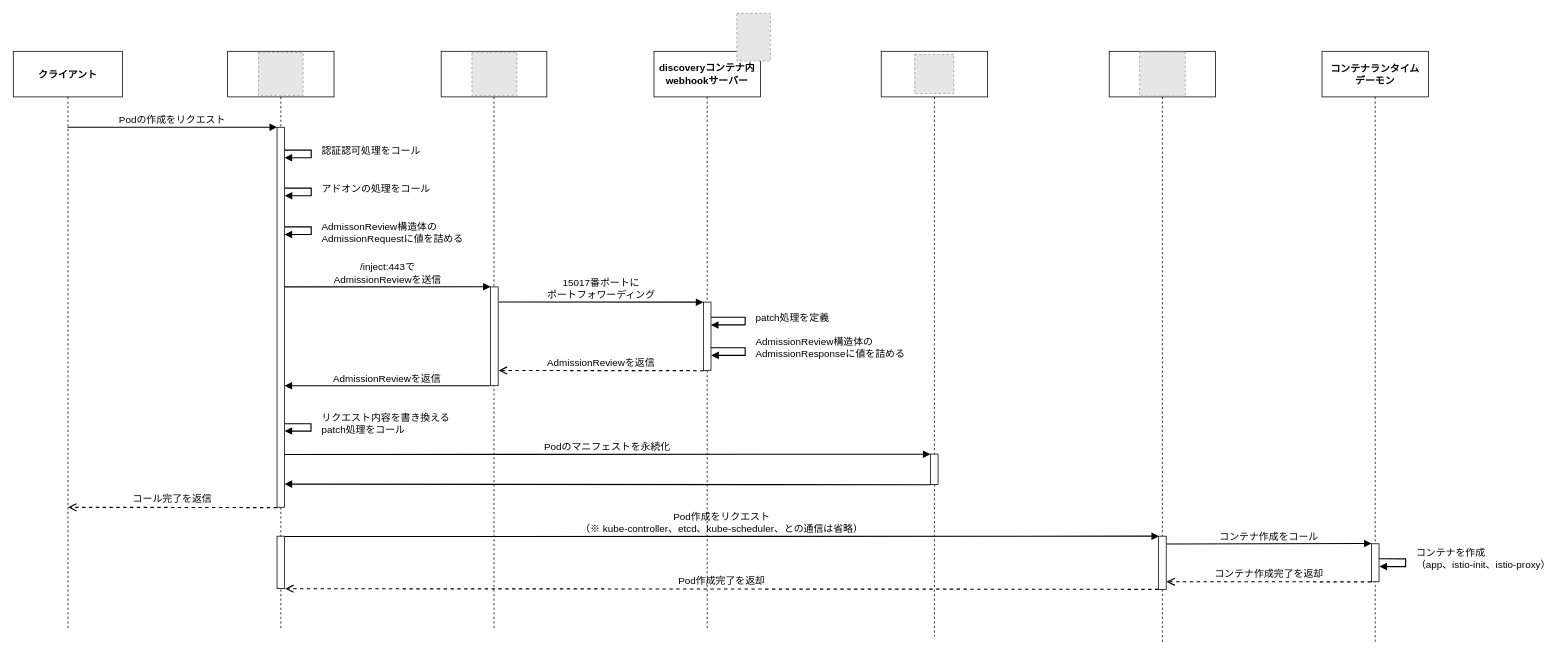
Above: page "istio_container-injection_flow" (4 of 4) of images/drawio/istio/service-mesh_layer.drawio in hiroki-it/tech-notebook_old (draw.io), before the change. Source tidied: cells renumbered, new cells numbered last; positions are measured from the earlier drawing's top-left corner, leaving out a move shared by most shapes. Both pictures are drawn from the tidied source at 76%, with x=0, y=0 at pixel (13, 13). Pictures stored in the file or linked from it are replaced by grey dashed boxes.
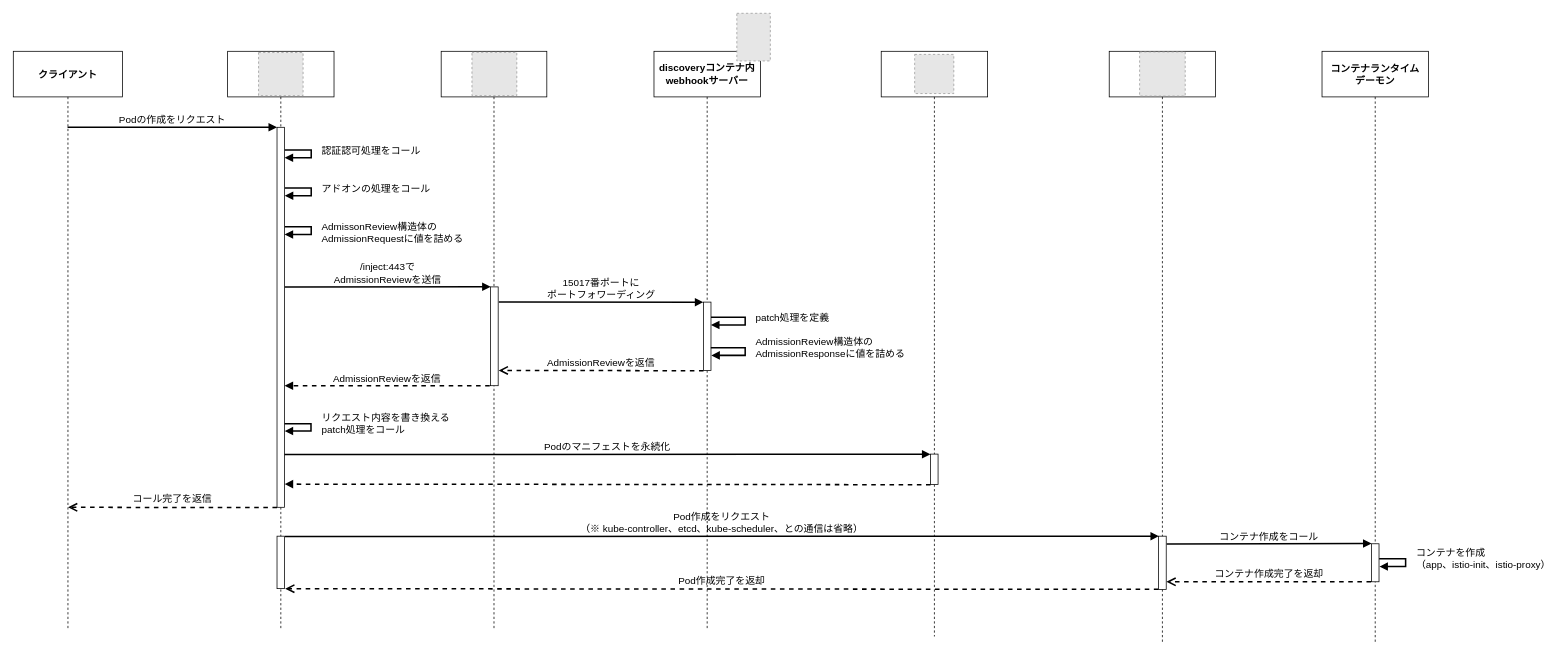
The same diagram, later.

Commit message (it also covers changes not shown here):
add 新しく画像を引用した．

The change refers to these unchanged cells:
```xml
<mxCell id="3" value="クライアント" style="shape=umlLifeline;perimeter=lifelinePerimeter;rounded=0;shadow=0;strokeWidth=1;labelBackgroundColor=none;fontSize=13;size=60;fillColor=none;fontStyle=1;" parent="1" vertex="1">
  <mxGeometry y="50" width="143.8" height="760" as="geometry" />
</mxCell>
<mxCell id="16" style="points=[];perimeter=orthogonalPerimeter;rounded=0;shadow=0;strokeWidth=1;labelBackgroundColor=none;fontSize=13;" parent="1" vertex="1">
  <mxGeometry x="347" y="150" width="10" height="500" as="geometry" />
</mxCell>
<mxCell id="20" style="html=1;points=[];perimeter=orthogonalPerimeter;labelBackgroundColor=none;fontSize=13;" parent="1" vertex="1">
  <mxGeometry x="347" y="688" width="10" height="69" as="geometry" />
</mxCell>
<mxCell id="23" style="points=[];perimeter=orthogonalPerimeter;rounded=0;shadow=0;strokeWidth=1;labelBackgroundColor=none;fontSize=13;" parent="1" vertex="1">
  <mxGeometry x="628" y="360" width="10" height="130" as="geometry" />
</mxCell>
<mxCell id="24" style="points=[];perimeter=orthogonalPerimeter;rounded=0;shadow=0;strokeWidth=1;labelBackgroundColor=none;fontSize=13;" parent="1" vertex="1">
  <mxGeometry x="908" y="380" width="10" height="90" as="geometry" />
</mxCell>
<mxCell id="28" style="points=[];perimeter=orthogonalPerimeter;rounded=0;shadow=0;strokeWidth=1;labelBackgroundColor=none;fontSize=13;" parent="1" vertex="1">
  <mxGeometry x="1507" y="688" width="10" height="70" as="geometry" />
</mxCell>
<mxCell id="29" style="points=[];perimeter=orthogonalPerimeter;rounded=0;shadow=0;strokeWidth=1;labelBackgroundColor=none;fontSize=13;" parent="1" vertex="1">
  <mxGeometry x="1787" y="698" width="10" height="50" as="geometry" />
</mxCell>
<mxCell id="38" style="points=[];perimeter=orthogonalPerimeter;rounded=0;shadow=0;strokeWidth=1;labelBackgroundColor=none;fontSize=13;" parent="1" vertex="1">
  <mxGeometry x="1206.8" y="580" width="10" height="40" as="geometry" />
</mxCell>
```

The edit, as a diff of the source:
```diff
@@
-    <mxCell id="5" value="Podの作成をリクエスト" style="verticalAlign=bottom;endArrow=block;entryX=0;entryY=0;shadow=0;strokeWidth=1.5;labelBackgroundColor=none;fontColor=default;fontSize=13;" parent="1" edge="1" source="3" target="16">
+    <mxCell id="5" value="Podの作成をリクエスト" style="verticalAlign=bottom;endArrow=block;entryX=0;entryY=0;shadow=0;strokeWidth=2;labelBackgroundColor=none;fontColor=default;fontSize=13;" parent="1" edge="1" source="3" target="16">
       <mxGeometry relative="1" as="geometry" />
     </mxCell>
-    <mxCell id="6" value="コール完了を返信" style="html=1;verticalAlign=bottom;endArrow=open;dashed=1;endSize=8;rounded=0;exitX=0.032;exitY=1.001;exitDx=0;exitDy=0;exitPerimeter=0;labelBackgroundColor=none;fontColor=default;fontSize=13;strokeWidth=1.5;" parent="1" edge="1">
+    <mxCell id="6" value="コール完了を返信" style="html=1;verticalAlign=bottom;endArrow=open;dashed=1;endSize=8;rounded=0;exitX=0.032;exitY=1.001;exitDx=0;exitDy=0;exitPerimeter=0;labelBackgroundColor=none;fontColor=default;fontSize=13;strokeWidth=2;" parent="1" edge="1">
       <mxGeometry relative="1" as="geometry">
         <mxPoint x="347" y="650.4" as="sourcePoint" />
         <mxPoint x="72" y="650" as="targetPoint" />
       </mxGeometry>
     </mxCell>
-    <mxCell id="7" value="/inject:443で&#10;AdmissionReviewを送信" style="verticalAlign=bottom;endArrow=block;entryX=0.011;entryY=-0.002;shadow=0;strokeWidth=1.5;entryDx=0;entryDy=0;entryPerimeter=0;exitX=0.975;exitY=0.56;exitDx=0;exitDy=0;exitPerimeter=0;labelBackgroundColor=none;fontColor=default;fontSize=13;" parent="1" edge="1" target="23">
+    <mxCell id="7" value="/inject:443で&#10;AdmissionReviewを送信" style="verticalAlign=bottom;endArrow=block;entryX=0.011;entryY=-0.002;shadow=0;strokeWidth=2;entryDx=0;entryDy=0;entryPerimeter=0;exitX=0.975;exitY=0.56;exitDx=0;exitDy=0;exitPerimeter=0;labelBackgroundColor=none;fontColor=default;fontSize=13;" parent="1" edge="1" target="23">
       <mxGeometry relative="1" as="geometry">
         <mxPoint x="356.8" y="360" as="sourcePoint" />
       </mxGeometry>
     </mxCell>
@@
-    <mxCell id="9" value="Pod作成をリクエスト&#10;（※ kube-controller、etcd、kube-scheduler、との通信は省略）" style="verticalAlign=bottom;endArrow=block;shadow=0;strokeWidth=1.5;entryX=0.049;entryY=0;entryDx=0;entryDy=0;entryPerimeter=0;exitX=1.041;exitY=0.007;exitDx=0;exitDy=0;exitPerimeter=0;labelBackgroundColor=none;fontColor=default;fontSize=13;" parent="1" edge="1" source="20" target="28">
+    <mxCell id="9" value="Pod作成をリクエスト&#10;（※ kube-controller、etcd、kube-scheduler、との通信は省略）" style="verticalAlign=bottom;endArrow=block;shadow=0;strokeWidth=2;entryX=0.049;entryY=0;entryDx=0;entryDy=0;entryPerimeter=0;exitX=1.041;exitY=0.007;exitDx=0;exitDy=0;exitPerimeter=0;labelBackgroundColor=none;fontColor=default;fontSize=13;" parent="1" edge="1" source="20" target="28">
       <mxGeometry relative="1" as="geometry" />
     </mxCell>
-    <mxCell id="10" value="Pod作成完了を返却" style="html=1;verticalAlign=bottom;endArrow=open;dashed=1;endSize=8;rounded=0;exitX=-0.028;exitY=0.999;exitDx=0;exitDy=0;exitPerimeter=0;entryX=1.071;entryY=1.002;entryDx=0;entryDy=0;entryPerimeter=0;labelBackgroundColor=none;fontColor=default;fontSize=13;strokeWidth=1.5;" parent="1" edge="1" source="28" target="20">
+    <mxCell id="10" value="Pod作成完了を返却" style="html=1;verticalAlign=bottom;endArrow=open;dashed=1;endSize=8;rounded=0;exitX=-0.028;exitY=0.999;exitDx=0;exitDy=0;exitPerimeter=0;entryX=1.071;entryY=1.002;entryDx=0;entryDy=0;entryPerimeter=0;labelBackgroundColor=none;fontColor=default;fontSize=13;strokeWidth=2;" parent="1" edge="1" source="28" target="20">
       <mxGeometry relative="1" as="geometry" />
     </mxCell>
@@
-    <mxCell id="12" value="コンテナ作成をコール" style="verticalAlign=bottom;endArrow=block;shadow=0;strokeWidth=1.5;entryX=0.015;entryY=-0.007;entryDx=0;entryDy=0;entryPerimeter=0;exitX=1.042;exitY=0.147;exitDx=0;exitDy=0;exitPerimeter=0;labelBackgroundColor=none;fontColor=default;fontSize=13;" parent="1" edge="1" source="28" target="29">
+    <mxCell id="12" value="コンテナ作成をコール" style="verticalAlign=bottom;endArrow=block;shadow=0;strokeWidth=2;entryX=0.015;entryY=-0.007;entryDx=0;entryDy=0;entryPerimeter=0;exitX=1.042;exitY=0.147;exitDx=0;exitDy=0;exitPerimeter=0;labelBackgroundColor=none;fontColor=default;fontSize=13;" parent="1" edge="1" source="28" target="29">
       <mxGeometry relative="1" as="geometry" />
     </mxCell>
-    <mxCell id="13" value="コンテナ作成完了を返却" style="html=1;verticalAlign=bottom;endArrow=open;dashed=1;endSize=8;rounded=0;exitX=-0.049;exitY=1.001;exitDx=0;exitDy=0;exitPerimeter=0;entryX=1.024;entryY=0.857;entryDx=0;entryDy=0;entryPerimeter=0;labelBackgroundColor=none;fontColor=default;fontSize=13;strokeWidth=1.5;" parent="1" edge="1" source="29" target="28">
+    <mxCell id="13" value="コンテナ作成完了を返却" style="html=1;verticalAlign=bottom;endArrow=open;dashed=1;endSize=8;rounded=0;exitX=-0.049;exitY=1.001;exitDx=0;exitDy=0;exitPerimeter=0;entryX=1.024;entryY=0.857;entryDx=0;entryDy=0;entryPerimeter=0;labelBackgroundColor=none;fontColor=default;fontSize=13;strokeWidth=2;" parent="1" edge="1" source="29" target="28">
       <mxGeometry relative="1" as="geometry" />
     </mxCell>
@@
-    <mxCell id="15" value="AdmissionReviewを返信" style="html=1;verticalAlign=bottom;endArrow=open;dashed=1;endSize=8;rounded=0;exitX=0.02;exitY=1.003;exitDx=0;exitDy=0;exitPerimeter=0;entryX=1.064;entryY=0.846;entryDx=0;entryDy=0;entryPerimeter=0;labelBackgroundColor=none;fontColor=default;fontSize=13;strokeWidth=1.5;" parent="1" edge="1" source="24" target="23">
+    <mxCell id="15" value="AdmissionReviewを返信" style="html=1;verticalAlign=bottom;endArrow=open;dashed=1;endSize=8;rounded=0;exitX=0.02;exitY=1.003;exitDx=0;exitDy=0;exitPerimeter=0;entryX=1.064;entryY=0.846;entryDx=0;entryDy=0;entryPerimeter=0;labelBackgroundColor=none;fontColor=default;fontSize=13;strokeWidth=2;" parent="1" edge="1" source="24" target="23">
       <mxGeometry relative="1" as="geometry" />
     </mxCell>
@@
-    <mxCell id="17" value="認証認可処理をコール" style="edgeStyle=orthogonalEdgeStyle;html=1;align=left;spacingLeft=2;endArrow=block;rounded=0;exitX=1.013;exitY=0.06;exitDx=0;exitDy=0;exitPerimeter=0;labelBackgroundColor=none;fontColor=default;fontSize=13;strokeWidth=1.5;" parent="1" edge="1" source="16">
+    <mxCell id="17" value="認証認可処理をコール" style="edgeStyle=orthogonalEdgeStyle;html=1;align=left;spacingLeft=2;endArrow=block;rounded=0;exitX=1.013;exitY=0.06;exitDx=0;exitDy=0;exitPerimeter=0;labelBackgroundColor=none;fontColor=default;fontSize=13;strokeWidth=2;" parent="1" edge="1" source="16">
       <mxGeometry x="-0.13" y="10" relative="1" as="geometry">
         <mxPoint x="357" y="190" as="targetPoint" />
         <Array as="points">
           <mxPoint x="392" y="180" />
           <mxPoint x="392" y="190" />
         </Array>
       </mxGeometry>
     </mxCell>
-    <mxCell id="18" value="アドオンの処理をコール" style="edgeStyle=orthogonalEdgeStyle;html=1;align=left;spacingLeft=2;endArrow=block;rounded=0;entryX=1.021;entryY=0.24;entryDx=0;entryDy=0;entryPerimeter=0;labelBackgroundColor=none;fontColor=default;exitX=1.036;exitY=0.22;exitDx=0;exitDy=0;exitPerimeter=0;fontSize=13;strokeWidth=1.5;" parent="1" edge="1">
+    <mxCell id="18" value="アドオンの処理をコール" style="edgeStyle=orthogonalEdgeStyle;html=1;align=left;spacingLeft=2;endArrow=block;rounded=0;entryX=1.021;entryY=0.24;entryDx=0;entryDy=0;entryPerimeter=0;labelBackgroundColor=none;fontColor=default;exitX=1.036;exitY=0.22;exitDx=0;exitDy=0;exitPerimeter=0;fontSize=13;strokeWidth=2;" parent="1" edge="1">
       <mxGeometry x="-0.13" y="10" relative="1" as="geometry">
         <mxPoint x="357.4" y="230" as="sourcePoint" />
         <mxPoint x="357.2" y="240" as="targetPoint" />
         <Array as="points">
           <mxPoint x="392" y="230" />
           <mxPoint x="392" y="240" />
         </Array>
       </mxGeometry>
     </mxCell>
-    <mxCell id="19" value="リクエスト内容を書き換える&lt;br style=&quot;font-size: 13px;&quot;&gt;patch処理をコール" style="edgeStyle=orthogonalEdgeStyle;html=1;align=left;spacingLeft=2;endArrow=block;rounded=0;exitX=1.029;exitY=0.913;exitDx=0;exitDy=0;exitPerimeter=0;labelBackgroundColor=none;fontColor=default;entryX=1.026;entryY=0.934;entryDx=0;entryDy=0;entryPerimeter=0;fontSize=13;strokeWidth=1.5;" parent="1" edge="1">
+    <mxCell id="19" value="リクエスト内容を書き換える&lt;br style=&quot;font-size: 13px;&quot;&gt;patch処理をコール" style="edgeStyle=orthogonalEdgeStyle;html=1;align=left;spacingLeft=2;endArrow=block;rounded=0;exitX=1.029;exitY=0.913;exitDx=0;exitDy=0;exitPerimeter=0;labelBackgroundColor=none;fontColor=default;entryX=1.026;entryY=0.934;entryDx=0;entryDy=0;entryPerimeter=0;fontSize=13;strokeWidth=2;" parent="1" edge="1">
       <mxGeometry x="-0.12" y="10" relative="1" as="geometry">
         <mxPoint x="357" y="540" as="sourcePoint" />
         <mxPoint x="357" y="549.7" as="targetPoint" />
         <Array as="points">
           <mxPoint x="391.7" y="540" />
           <mxPoint x="391.7" y="550" />
         </Array>
       </mxGeometry>
     </mxCell>
@@
-    <mxCell id="21" value="AdmissonReview構造体の&lt;br style=&quot;font-size: 13px;&quot;&gt;AdmissionRequestに値を詰める" style="edgeStyle=orthogonalEdgeStyle;html=1;align=left;spacingLeft=2;endArrow=block;rounded=0;labelBackgroundColor=none;fontColor=default;exitX=1.034;exitY=0.38;exitDx=0;exitDy=0;exitPerimeter=0;entryX=0.998;entryY=0.4;entryDx=0;entryDy=0;entryPerimeter=0;fontSize=13;strokeWidth=1.5;" parent="1" edge="1">
+    <mxCell id="21" value="AdmissonReview構造体の&lt;br style=&quot;font-size: 13px;&quot;&gt;AdmissionRequestに値を詰める" style="edgeStyle=orthogonalEdgeStyle;html=1;align=left;spacingLeft=2;endArrow=block;rounded=0;labelBackgroundColor=none;fontColor=default;exitX=1.034;exitY=0.38;exitDx=0;exitDy=0;exitPerimeter=0;entryX=0.998;entryY=0.4;entryDx=0;entryDy=0;entryPerimeter=0;fontSize=13;strokeWidth=2;" parent="1" edge="1">
       <mxGeometry x="0.07" y="10" relative="1" as="geometry">
         <mxPoint x="357.3" y="281" as="sourcePoint" />
         <mxPoint x="357" y="291" as="targetPoint" />
         <Array as="points">
           <mxPoint x="392" y="281" />
           <mxPoint x="392" y="291" />
         </Array>
       </mxGeometry>
     </mxCell>
-    <mxCell id="22" value="AdmissionReviewを返信" style="verticalAlign=bottom;endArrow=block;shadow=0;strokeWidth=1.5;exitX=-0.005;exitY=1;exitDx=0;exitDy=0;exitPerimeter=0;labelBackgroundColor=none;fontColor=default;fontSize=13;" parent="1" edge="1">
+    <mxCell id="22" value="AdmissionReviewを返信" style="verticalAlign=bottom;endArrow=block;shadow=0;strokeWidth=2;exitX=-0.005;exitY=1;exitDx=0;exitDy=0;exitPerimeter=0;labelBackgroundColor=none;fontColor=default;fontSize=13;dashed=1;" parent="1" edge="1">
       <mxGeometry relative="1" as="geometry">
         <mxPoint x="626.9" y="490" as="sourcePoint" />
         <mxPoint x="357" y="490" as="targetPoint" />
       </mxGeometry>
     </mxCell>
@@
-    <mxCell id="25" value="AdmissionReview構造体の&lt;br style=&quot;font-size: 13px;&quot;&gt;AdmissionResponseに値を詰める" style="edgeStyle=orthogonalEdgeStyle;html=1;align=left;spacingLeft=2;endArrow=block;rounded=0;entryX=1.048;entryY=0.779;entryDx=0;entryDy=0;entryPerimeter=0;exitX=0.981;exitY=0.668;exitDx=0;exitDy=0;exitPerimeter=0;labelBackgroundColor=none;fontColor=default;fontSize=13;strokeWidth=1.5;" parent="1" edge="1" source="24" target="24">
+    <mxCell id="25" value="AdmissionReview構造体の&lt;br style=&quot;font-size: 13px;&quot;&gt;AdmissionResponseに値を詰める" style="edgeStyle=orthogonalEdgeStyle;html=1;align=left;spacingLeft=2;endArrow=block;rounded=0;entryX=1.048;entryY=0.779;entryDx=0;entryDy=0;entryPerimeter=0;exitX=0.981;exitY=0.668;exitDx=0;exitDy=0;exitPerimeter=0;labelBackgroundColor=none;fontColor=default;fontSize=13;strokeWidth=2;" parent="1" edge="1" source="24" target="24">
       <mxGeometry x="-0.09" y="10" relative="1" as="geometry">
         <Array as="points">
           <mxPoint x="963" y="440" />
           <mxPoint x="963" y="450" />
         </Array>
       </mxGeometry>
     </mxCell>
-    <mxCell id="26" value="patch処理を定義" style="edgeStyle=orthogonalEdgeStyle;html=1;align=left;spacingLeft=2;endArrow=block;rounded=0;labelBackgroundColor=none;fontColor=default;fontSize=13;strokeWidth=1.5;" parent="1" edge="1" source="24">
+    <mxCell id="26" value="patch処理を定義" style="edgeStyle=orthogonalEdgeStyle;html=1;align=left;spacingLeft=2;endArrow=block;rounded=0;labelBackgroundColor=none;fontColor=default;fontSize=13;strokeWidth=2;" parent="1" edge="1" source="24">
       <mxGeometry x="-0.1" y="10" relative="1" as="geometry">
         <mxPoint x="918" y="410" as="targetPoint" />
         <Array as="points">
           <mxPoint x="963" y="400" />
           <mxPoint x="963" y="410" />
         </Array>
       </mxGeometry>
     </mxCell>
-    <mxCell id="27" value="15017番ポートに&#10;ポートフォワーディング" style="verticalAlign=bottom;endArrow=block;entryX=0.011;entryY=-0.002;shadow=0;strokeWidth=1.5;entryDx=0;entryDy=0;entryPerimeter=0;exitX=1.086;exitY=0.153;exitDx=0;exitDy=0;exitPerimeter=0;labelBackgroundColor=none;fontColor=default;fontSize=13;" parent="1" edge="1" source="23">
+    <mxCell id="27" value="15017番ポートに&#10;ポートフォワーディング" style="verticalAlign=bottom;endArrow=block;entryX=0.011;entryY=-0.002;shadow=0;strokeWidth=2;entryDx=0;entryDy=0;entryPerimeter=0;exitX=1.086;exitY=0.153;exitDx=0;exitDy=0;exitPerimeter=0;labelBackgroundColor=none;fontColor=default;fontSize=13;" parent="1" edge="1" source="23">
       <mxGeometry relative="1" as="geometry">
         <mxPoint x="908" y="380.1" as="targetPoint" />
       </mxGeometry>
     </mxCell>
@@
-    <mxCell id="30" value="コンテナを作成&lt;br&gt;（app、istio-init、istio-proxy）" style="edgeStyle=orthogonalEdgeStyle;html=1;align=left;spacingLeft=2;endArrow=block;rounded=0;exitX=1.016;exitY=0.395;exitDx=0;exitDy=0;exitPerimeter=0;labelBackgroundColor=none;fontColor=default;entryX=1.049;entryY=0.6;entryDx=0;entryDy=0;entryPerimeter=0;fontSize=13;strokeWidth=1.5;" parent="1" edge="1" source="29" target="29">
+    <mxCell id="30" value="コンテナを作成&lt;br&gt;（app、istio-init、istio-proxy）" style="edgeStyle=orthogonalEdgeStyle;html=1;align=left;spacingLeft=2;endArrow=block;rounded=0;exitX=1.016;exitY=0.395;exitDx=0;exitDy=0;exitPerimeter=0;labelBackgroundColor=none;fontColor=default;entryX=1.049;entryY=0.6;entryDx=0;entryDy=0;entryPerimeter=0;fontSize=13;strokeWidth=2;" parent="1" edge="1" source="29" target="29">
       <mxGeometry x="-0.13" y="10" relative="1" as="geometry">
         <Array as="points">
           <mxPoint x="1832" y="718" />
           <mxPoint x="1832" y="728" />
         </Array>
       </mxGeometry>
     </mxCell>
@@
-    <mxCell id="39" value="Podのマニフェストを永続化" style="verticalAlign=bottom;endArrow=block;shadow=0;strokeWidth=1.5;exitX=0.985;exitY=0.861;exitDx=0;exitDy=0;exitPerimeter=0;labelBackgroundColor=none;fontColor=default;fontSize=13;entryX=-0.001;entryY=0.004;entryDx=0;entryDy=0;entryPerimeter=0;" parent="1" edge="1" source="16" target="38">
+    <mxCell id="39" value="Podのマニフェストを永続化" style="verticalAlign=bottom;endArrow=block;shadow=0;strokeWidth=2;exitX=0.985;exitY=0.861;exitDx=0;exitDy=0;exitPerimeter=0;labelBackgroundColor=none;fontColor=default;fontSize=13;entryX=-0.001;entryY=0.004;entryDx=0;entryDy=0;entryPerimeter=0;" parent="1" edge="1" source="16" target="38">
       <mxGeometry relative="1" as="geometry" />
     </mxCell>
-    <mxCell id="40" style="verticalAlign=bottom;endArrow=block;shadow=0;strokeWidth=1.5;exitX=0.01;exitY=1.007;exitDx=0;exitDy=0;exitPerimeter=0;labelBackgroundColor=none;fontColor=default;fontSize=13;entryX=1.006;entryY=0.939;entryDx=0;entryDy=0;entryPerimeter=0;" parent="1" edge="1" source="38" target="16">
+    <mxCell id="40" style="verticalAlign=bottom;endArrow=block;shadow=0;strokeWidth=2;exitX=0.01;exitY=1.007;exitDx=0;exitDy=0;exitPerimeter=0;labelBackgroundColor=none;fontColor=default;fontSize=13;entryX=1.006;entryY=0.939;entryDx=0;entryDy=0;entryPerimeter=0;dashed=1;" parent="1" edge="1" source="38" target="16">
       <mxGeometry relative="1" as="geometry" />
     </mxCell>
```
